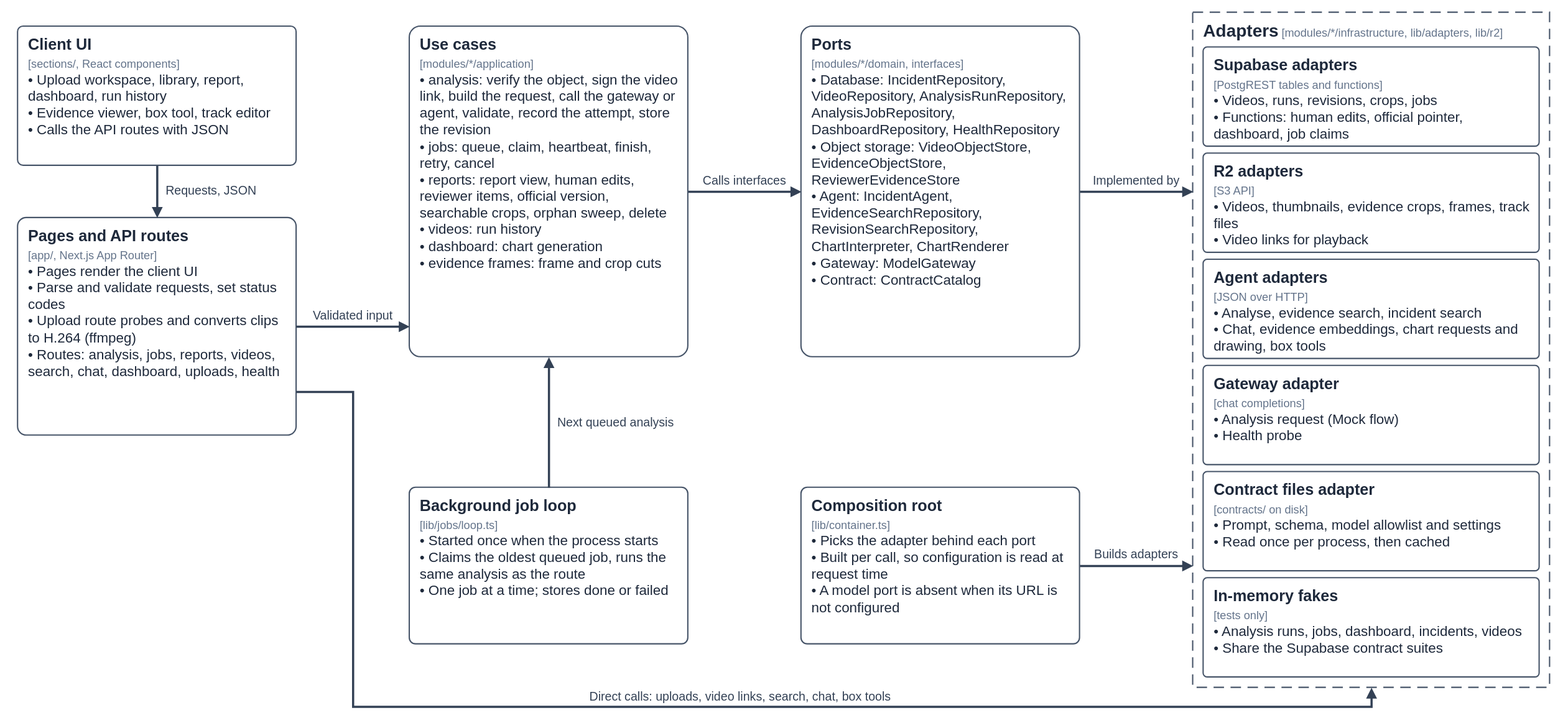
Above: deploy/docker/developer-profiles/dev-profile-incident/.docs/figures/figure-3-console-components.drawio.svg in Danwidj/video-search-and-summarization (draw.io), before the change. Source tidied: cells renumbered, new cells last; positions are measured from the earlier drawing's top-left corner, leaving out a move shared by most shapes. The source it was exported from:
```xml
<mxGraphModel background="#FFFFFF">
  <root>
    <mxCell id="0" />
    <mxCell id="1" parent="0" />
    <mxCell id="2" style="rounded=0;html=1;fillColor=none;strokeColor=none;" parent="1" vertex="1">
      <mxGeometry width="1800" height="830" as="geometry" />
    </mxCell>
    <mxCell id="3" value="&lt;div style='text-align:left'&gt;&lt;b&gt;&lt;font style='font-size:18px'&gt;Client UI&lt;/font&gt;&lt;/b&gt;&lt;br&gt;&lt;font style='font-size:13px;color:#64748B'&gt;[sections/, React components]&lt;/font&gt;&lt;font style='font-size:16px'&gt;&lt;br&gt;• Upload workspace, library, report, dashboard, run history&lt;br&gt;• Evidence viewer, box tool, track editor&lt;br&gt;• Calls the API routes with JSON&lt;/font&gt;&lt;/div&gt;" style="rounded=1;arcSize=4;html=1;whiteSpace=wrap;align=left;verticalAlign=top;spacingLeft=10;spacingRight=10;spacingTop=4;fontColor=#1E293B;fontFamily=Helvetica;fillColor=#FFFFFF;strokeColor=#475569;strokeWidth=1.5;" parent="1" vertex="1">
      <mxGeometry x="20" y="30" width="320" height="160" as="geometry" />
    </mxCell>
    <mxCell id="4" value="&lt;div style='text-align:left'&gt;&lt;b&gt;&lt;font style='font-size:18px'&gt;Pages and API routes&lt;/font&gt;&lt;/b&gt;&lt;br&gt;&lt;font style='font-size:13px;color:#64748B'&gt;[app/, Next.js App Router]&lt;/font&gt;&lt;font style='font-size:16px'&gt;&lt;br&gt;• Pages render the client UI&lt;br&gt;• Parse and validate requests, set status codes&lt;br&gt;• Upload route probes and converts clips to H.264 (ffmpeg)&lt;br&gt;• Routes: analysis, jobs, reports, videos, search, chat, dashboard, uploads, health&lt;/font&gt;&lt;/div&gt;" style="rounded=1;arcSize=4;html=1;whiteSpace=wrap;align=left;verticalAlign=top;spacingLeft=10;spacingRight=10;spacingTop=4;fontColor=#1E293B;fontFamily=Helvetica;fillColor=#FFFFFF;strokeColor=#475569;strokeWidth=1.5;" parent="1" vertex="1">
      <mxGeometry x="20" y="250" width="320" height="250" as="geometry" />
    </mxCell>
    <mxCell id="5" value="&lt;div style='text-align:left'&gt;&lt;b&gt;&lt;font style='font-size:18px'&gt;Use cases&lt;/font&gt;&lt;/b&gt;&lt;br&gt;&lt;font style='font-size:13px;color:#64748B'&gt;[modules/*/application]&lt;/font&gt;&lt;font style='font-size:16px'&gt;&lt;br&gt;• analysis: verify the object, sign the video link, build the request, call the gateway or agent, validate, record the attempt, store the revision&lt;br&gt;• jobs: queue, claim, heartbeat, finish, retry, cancel&lt;br&gt;• reports: report view, human edits, reviewer items, official version, searchable crops, orphan sweep, delete&lt;br&gt;• videos: run history&lt;br&gt;• dashboard: chart generation&lt;br&gt;• evidence frames: frame and crop cuts&lt;/font&gt;&lt;/div&gt;" style="rounded=1;arcSize=4;html=1;whiteSpace=wrap;align=left;verticalAlign=top;spacingLeft=10;spacingRight=10;spacingTop=4;fontColor=#1E293B;fontFamily=Helvetica;fillColor=#FFFFFF;strokeColor=#475569;strokeWidth=1.5;" parent="1" vertex="1">
      <mxGeometry x="470" y="30" width="320" height="380" as="geometry" />
    </mxCell>
    <mxCell id="6" value="&lt;div style='text-align:left'&gt;&lt;b&gt;&lt;font style='font-size:18px'&gt;Background job loop&lt;/font&gt;&lt;/b&gt;&lt;br&gt;&lt;font style='font-size:13px;color:#64748B'&gt;[lib/jobs/loop.ts]&lt;/font&gt;&lt;font style='font-size:16px'&gt;&lt;br&gt;• Started once when the process starts&lt;br&gt;• Claims the oldest queued job, runs the same analysis as the route&lt;br&gt;• One job at a time; stores done or failed&lt;/font&gt;&lt;/div&gt;" style="rounded=1;arcSize=4;html=1;whiteSpace=wrap;align=left;verticalAlign=top;spacingLeft=10;spacingRight=10;spacingTop=4;fontColor=#1E293B;fontFamily=Helvetica;fillColor=#FFFFFF;strokeColor=#475569;strokeWidth=1.5;" parent="1" vertex="1">
      <mxGeometry x="470" y="560" width="320" height="180" as="geometry" />
    </mxCell>
    <mxCell id="7" value="&lt;div style='text-align:left'&gt;&lt;b&gt;&lt;font style='font-size:18px'&gt;Ports&lt;/font&gt;&lt;/b&gt;&lt;br&gt;&lt;font style='font-size:13px;color:#64748B'&gt;[modules/*/domain, interfaces]&lt;/font&gt;&lt;font style='font-size:16px'&gt;&lt;br&gt;• Database: IncidentRepository, VideoRepository, AnalysisRunRepository, AnalysisJobRepository, DashboardRepository, HealthRepository&lt;br&gt;• Object storage: VideoObjectStore, EvidenceObjectStore, ReviewerEvidenceStore&lt;br&gt;• Agent: IncidentAgent, EvidenceSearchRepository, RevisionSearchRepository, ChartInterpreter, ChartRenderer&lt;br&gt;• Gateway: ModelGateway&lt;br&gt;• Contract: ContractCatalog&lt;/font&gt;&lt;/div&gt;" style="rounded=1;arcSize=4;html=1;whiteSpace=wrap;align=left;verticalAlign=top;spacingLeft=10;spacingRight=10;spacingTop=4;fontColor=#1E293B;fontFamily=Helvetica;fillColor=#FFFFFF;strokeColor=#475569;strokeWidth=1.5;" parent="1" vertex="1">
      <mxGeometry x="920" y="30" width="320" height="380" as="geometry" />
    </mxCell>
    <mxCell id="8" value="&lt;div style='text-align:left'&gt;&lt;b&gt;&lt;font style='font-size:18px'&gt;Composition root&lt;/font&gt;&lt;/b&gt;&lt;br&gt;&lt;font style='font-size:13px;color:#64748B'&gt;[lib/container.ts]&lt;/font&gt;&lt;font style='font-size:16px'&gt;&lt;br&gt;• Picks the adapter behind each port&lt;br&gt;• Built per call, so configuration is read at request time&lt;br&gt;• A model port is absent when its URL is not configured&lt;/font&gt;&lt;/div&gt;" style="rounded=1;arcSize=4;html=1;whiteSpace=wrap;align=left;verticalAlign=top;spacingLeft=10;spacingRight=10;spacingTop=4;fontColor=#1E293B;fontFamily=Helvetica;fillColor=#FFFFFF;strokeColor=#475569;strokeWidth=1.5;" parent="1" vertex="1">
      <mxGeometry x="920" y="560" width="320" height="180" as="geometry" />
    </mxCell>
    <mxCell id="9" value="&lt;b&gt;&lt;font style='font-size:20px'&gt;Adapters&lt;/font&gt;&lt;/b&gt; &lt;font style='font-size:13px;color:#64748B'&gt;[modules/*/infrastructure, lib/adapters, lib/r2]&lt;/font&gt;" style="rounded=0;dashed=1;dashPattern=8 5;html=1;verticalAlign=top;align=left;spacingLeft=10;spacingTop=2;fontColor=#1E293B;fillColor=none;strokeColor=#475569;strokeWidth=1.5;fontFamily=Helvetica;" parent="1" vertex="1">
      <mxGeometry x="1370" y="14" width="410" height="776" as="geometry" />
    </mxCell>
    <mxCell id="10" value="&lt;div style='text-align:left'&gt;&lt;b&gt;&lt;font style='font-size:18px'&gt;Supabase adapters&lt;/font&gt;&lt;/b&gt;&lt;br&gt;&lt;font style='font-size:13px;color:#64748B'&gt;[PostgREST tables and functions]&lt;/font&gt;&lt;font style='font-size:16px'&gt;&lt;br&gt;• Videos, runs, revisions, crops, jobs&lt;br&gt;• Functions: human edits, official pointer, dashboard, job claims&lt;/font&gt;&lt;/div&gt;" style="rounded=1;arcSize=4;html=1;whiteSpace=wrap;align=left;verticalAlign=top;spacingLeft=10;spacingRight=10;spacingTop=4;fontColor=#1E293B;fontFamily=Helvetica;fillColor=#FFFFFF;strokeColor=#475569;strokeWidth=1.5;" parent="9" vertex="1">
      <mxGeometry x="12" y="40" width="386" height="114" as="geometry" />
    </mxCell>
    <mxCell id="11" value="&lt;div style='text-align:left'&gt;&lt;b&gt;&lt;font style='font-size:18px'&gt;R2 adapters&lt;/font&gt;&lt;/b&gt;&lt;br&gt;&lt;font style='font-size:13px;color:#64748B'&gt;[S3 API]&lt;/font&gt;&lt;font style='font-size:16px'&gt;&lt;br&gt;• Videos, thumbnails, evidence crops, frames, track files&lt;br&gt;• Video links for playback&lt;/font&gt;&lt;/div&gt;" style="rounded=1;arcSize=4;html=1;whiteSpace=wrap;align=left;verticalAlign=top;spacingLeft=10;spacingRight=10;spacingTop=4;fontColor=#1E293B;fontFamily=Helvetica;fillColor=#FFFFFF;strokeColor=#475569;strokeWidth=1.5;" parent="9" vertex="1">
      <mxGeometry x="12" y="162" width="386" height="114" as="geometry" />
    </mxCell>
    <mxCell id="12" value="&lt;div style='text-align:left'&gt;&lt;b&gt;&lt;font style='font-size:18px'&gt;Agent adapters&lt;/font&gt;&lt;/b&gt;&lt;br&gt;&lt;font style='font-size:13px;color:#64748B'&gt;[JSON over HTTP]&lt;/font&gt;&lt;font style='font-size:16px'&gt;&lt;br&gt;• Analyse, evidence search, incident search&lt;br&gt;• Chat, evidence embeddings, chart requests and drawing, box tools&lt;/font&gt;&lt;/div&gt;" style="rounded=1;arcSize=4;html=1;whiteSpace=wrap;align=left;verticalAlign=top;spacingLeft=10;spacingRight=10;spacingTop=4;fontColor=#1E293B;fontFamily=Helvetica;fillColor=#FFFFFF;strokeColor=#475569;strokeWidth=1.5;" parent="9" vertex="1">
      <mxGeometry x="12" y="284" width="386" height="114" as="geometry" />
    </mxCell>
    <mxCell id="13" value="&lt;div style='text-align:left'&gt;&lt;b&gt;&lt;font style='font-size:18px'&gt;Gateway adapter&lt;/font&gt;&lt;/b&gt;&lt;br&gt;&lt;font style='font-size:13px;color:#64748B'&gt;[chat completions]&lt;/font&gt;&lt;font style='font-size:16px'&gt;&lt;br&gt;• Analysis request (Mock flow)&lt;br&gt;• Health probe&lt;/font&gt;&lt;/div&gt;" style="rounded=1;arcSize=4;html=1;whiteSpace=wrap;align=left;verticalAlign=top;spacingLeft=10;spacingRight=10;spacingTop=4;fontColor=#1E293B;fontFamily=Helvetica;fillColor=#FFFFFF;strokeColor=#475569;strokeWidth=1.5;" parent="9" vertex="1">
      <mxGeometry x="12" y="406" width="386" height="114" as="geometry" />
    </mxCell>
    <mxCell id="14" value="&lt;div style='text-align:left'&gt;&lt;b&gt;&lt;font style='font-size:18px'&gt;Contract files adapter&lt;/font&gt;&lt;/b&gt;&lt;br&gt;&lt;font style='font-size:13px;color:#64748B'&gt;[contracts/ on disk]&lt;/font&gt;&lt;font style='font-size:16px'&gt;&lt;br&gt;• Prompt, schema, model allowlist and settings&lt;br&gt;• Read once per process, then cached&lt;/font&gt;&lt;/div&gt;" style="rounded=1;arcSize=4;html=1;whiteSpace=wrap;align=left;verticalAlign=top;spacingLeft=10;spacingRight=10;spacingTop=4;fontColor=#1E293B;fontFamily=Helvetica;fillColor=#FFFFFF;strokeColor=#475569;strokeWidth=1.5;" parent="9" vertex="1">
      <mxGeometry x="12" y="528" width="386" height="114" as="geometry" />
    </mxCell>
    <mxCell id="15" value="&lt;div style='text-align:left'&gt;&lt;b&gt;&lt;font style='font-size:18px'&gt;In-memory fakes&lt;/font&gt;&lt;/b&gt;&lt;br&gt;&lt;font style='font-size:13px;color:#64748B'&gt;[tests only]&lt;/font&gt;&lt;font style='font-size:16px'&gt;&lt;br&gt;• Analysis runs, jobs, dashboard, incidents, videos&lt;br&gt;• Share the Supabase contract suites&lt;/font&gt;&lt;/div&gt;" style="rounded=1;arcSize=4;html=1;whiteSpace=wrap;align=left;verticalAlign=top;spacingLeft=10;spacingRight=10;spacingTop=4;fontColor=#1E293B;fontFamily=Helvetica;fillColor=#FFFFFF;strokeColor=#475569;strokeWidth=1.5;" parent="9" vertex="1">
      <mxGeometry x="12" y="650" width="386" height="114" as="geometry" />
    </mxCell>
    <mxCell id="16" style="edgeStyle=orthogonalEdgeStyle;rounded=0;html=1;strokeColor=#334155;strokeWidth=2.5;fontColor=#334155;fontSize=14;labelBackgroundColor=#FFFFFF;fontFamily=Helvetica;endArrow=block;endFill=1;exitX=0.5;exitY=1;exitDx=0;exitDy=0;entryX=0.5;entryY=0;entryDx=0;entryDy=0;" parent="1" edge="1" source="3" target="4">
      <mxGeometry relative="1" as="geometry" />
    </mxCell>
    <mxCell id="17" value="Requests, JSON" style="text;html=1;align=left;verticalAlign=middle;whiteSpace=wrap;spacing=0;fontSize=14;fontColor=#334155;fontFamily=Helvetica;" parent="1" vertex="1">
      <mxGeometry x="190" y="205" width="140" height="28" as="geometry" />
    </mxCell>
    <mxCell id="18" style="edgeStyle=orthogonalEdgeStyle;rounded=0;html=1;strokeColor=#334155;strokeWidth=2.5;fontColor=#334155;fontSize=14;labelBackgroundColor=#FFFFFF;fontFamily=Helvetica;endArrow=block;endFill=1;exitX=1;exitY=0.5;exitDx=0;exitDy=0;entryX=0;entryY=0.9078947368421053;entryDx=0;entryDy=0;" parent="1" edge="1" source="4" target="5">
      <mxGeometry relative="1" as="geometry" />
    </mxCell>
    <mxCell id="19" value="Validated input" style="text;html=1;align=center;verticalAlign=bottom;whiteSpace=wrap;spacing=0;fontSize=14;fontColor=#334155;fontFamily=Helvetica;" parent="1" vertex="1">
      <mxGeometry x="340" y="347" width="130" height="24" as="geometry" />
    </mxCell>
    <mxCell id="20" style="edgeStyle=orthogonalEdgeStyle;rounded=0;html=1;strokeColor=#334155;strokeWidth=2.5;fontColor=#334155;fontSize=14;labelBackgroundColor=#FFFFFF;fontFamily=Helvetica;endArrow=block;endFill=1;exitX=0.5;exitY=0;exitDx=0;exitDy=0;entryX=0.5;entryY=1;entryDx=0;entryDy=0;" parent="1" edge="1" source="6" target="5">
      <mxGeometry relative="1" as="geometry" />
    </mxCell>
    <mxCell id="21" value="Next queued analysis" style="text;html=1;align=left;verticalAlign=middle;whiteSpace=wrap;spacing=0;fontSize=14;fontColor=#334155;fontFamily=Helvetica;" parent="1" vertex="1">
      <mxGeometry x="640" y="471" width="180" height="28" as="geometry" />
    </mxCell>
    <mxCell id="22" style="edgeStyle=orthogonalEdgeStyle;rounded=0;html=1;strokeColor=#334155;strokeWidth=2.5;fontColor=#334155;fontSize=14;labelBackgroundColor=#FFFFFF;fontFamily=Helvetica;endArrow=block;endFill=1;exitX=1;exitY=0.5;exitDx=0;exitDy=0;entryX=0;entryY=0.5;entryDx=0;entryDy=0;" parent="1" edge="1" source="5" target="7">
      <mxGeometry relative="1" as="geometry" />
    </mxCell>
    <mxCell id="23" value="Calls interfaces" style="text;html=1;align=center;verticalAlign=bottom;whiteSpace=wrap;spacing=0;fontSize=14;fontColor=#334155;fontFamily=Helvetica;" parent="1" vertex="1">
      <mxGeometry x="790" y="192" width="130" height="24" as="geometry" />
    </mxCell>
    <mxCell id="24" style="edgeStyle=orthogonalEdgeStyle;rounded=0;html=1;strokeColor=#334155;strokeWidth=2.5;fontColor=#334155;fontSize=14;labelBackgroundColor=#FFFFFF;fontFamily=Helvetica;endArrow=block;endFill=1;exitX=1;exitY=0.5;exitDx=0;exitDy=0;entryX=0;entryY=0.2654639175257732;entryDx=0;entryDy=0;" parent="1" edge="1" source="7" target="9">
      <mxGeometry relative="1" as="geometry" />
    </mxCell>
    <mxCell id="25" value="Implemented by" style="text;html=1;align=center;verticalAlign=bottom;whiteSpace=wrap;spacing=0;fontSize=14;fontColor=#334155;fontFamily=Helvetica;" parent="1" vertex="1">
      <mxGeometry x="1240" y="192" width="130" height="24" as="geometry" />
    </mxCell>
    <mxCell id="26" style="edgeStyle=orthogonalEdgeStyle;rounded=0;html=1;strokeColor=#334155;strokeWidth=2.5;fontColor=#334155;fontSize=14;labelBackgroundColor=#FFFFFF;fontFamily=Helvetica;endArrow=block;endFill=1;exitX=1;exitY=0.5;exitDx=0;exitDy=0;entryX=0;entryY=0.8195876288659794;entryDx=0;entryDy=0;" parent="1" edge="1" source="8" target="9">
      <mxGeometry relative="1" as="geometry" />
    </mxCell>
    <mxCell id="27" value="Builds adapters" style="text;html=1;align=center;verticalAlign=bottom;whiteSpace=wrap;spacing=0;fontSize=14;fontColor=#334155;fontFamily=Helvetica;" parent="1" vertex="1">
      <mxGeometry x="1240" y="622" width="130" height="24" as="geometry" />
    </mxCell>
    <mxCell id="28" style="edgeStyle=orthogonalEdgeStyle;rounded=0;html=1;strokeColor=#334155;strokeWidth=2.5;fontColor=#334155;fontSize=14;labelBackgroundColor=#FFFFFF;fontFamily=Helvetica;endArrow=block;endFill=1;exitX=1;exitY=0.8;exitDx=0;exitDy=0;entryX=0.5;entryY=1;entryDx=0;entryDy=0;" parent="1" edge="1" source="4" target="9">
      <mxGeometry relative="1" as="geometry">
        <Array as="points">
          <mxPoint x="405" y="450" />
          <mxPoint x="405" y="812" />
          <mxPoint x="1575" y="812" />
        </Array>
      </mxGeometry>
    </mxCell>
    <mxCell id="29" value="Direct calls: uploads, video links, search, chat, box tools" style="text;html=1;align=center;verticalAlign=bottom;whiteSpace=wrap;spacing=0;fontSize=14;fontColor=#334155;fontFamily=Helvetica;" parent="1" vertex="1">
      <mxGeometry x="600" y="787" width="500" height="22" as="geometry" />
    </mxCell>
  </root>
</mxGraphModel>
```
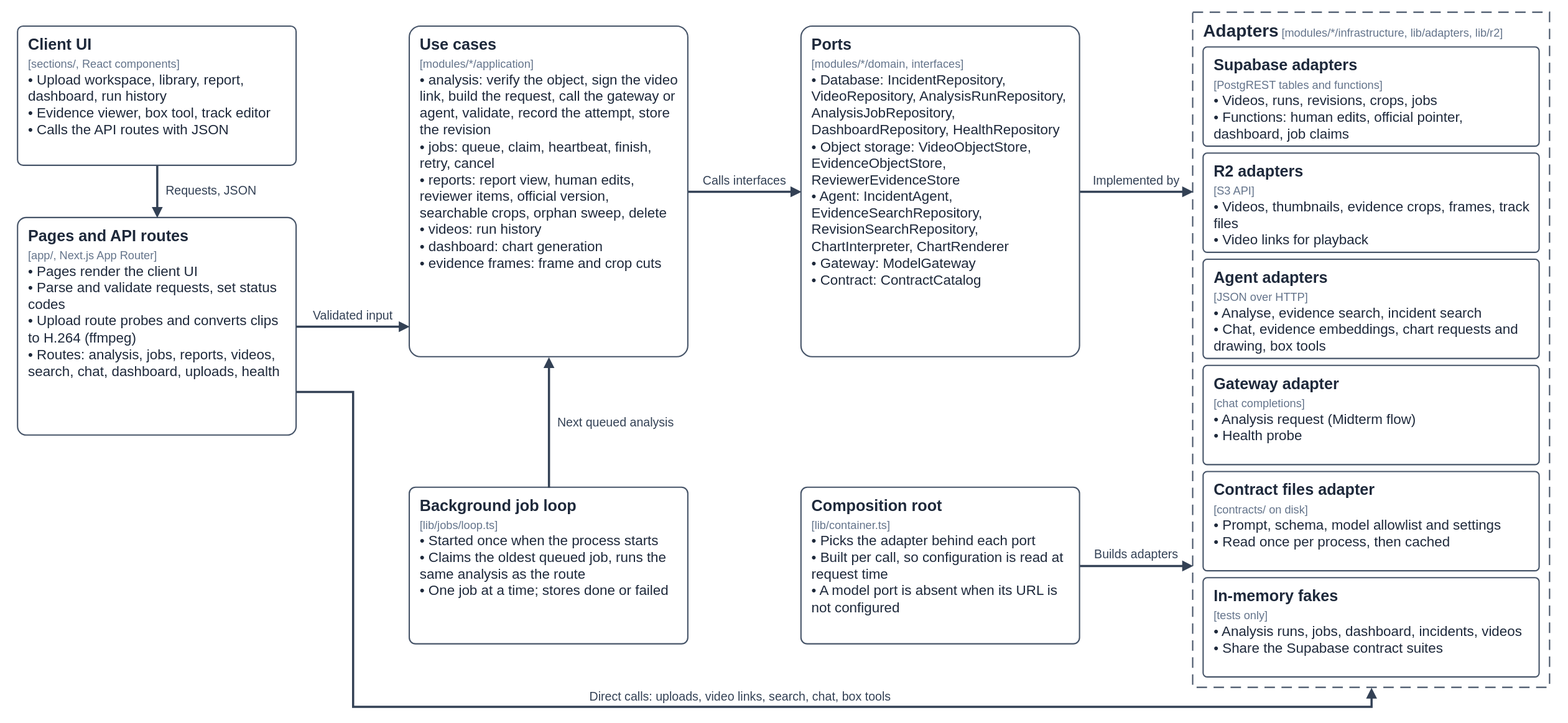
The same diagram one commit later.

Diff of the diagram source:
```diff
@@ -35,7 +35,7 @@
     <mxCell id="12" value="&lt;div style='text-align:left'&gt;&lt;b&gt;&lt;font style='font-size:18px'&gt;Agent adapters&lt;/font&gt;&lt;/b&gt;&lt;br&gt;&lt;font style='font-size:13px;color:#64748B'&gt;[JSON over HTTP]&lt;/font&gt;&lt;font style='font-size:16px'&gt;&lt;br&gt;• Analyse, evidence search, incident search&lt;br&gt;• Chat, evidence embeddings, chart requests and drawing, box tools&lt;/font&gt;&lt;/div&gt;" style="rounded=1;arcSize=4;html=1;whiteSpace=wrap;align=left;verticalAlign=top;spacingLeft=10;spacingRight=10;spacingTop=4;fontColor=#1E293B;fontFamily=Helvetica;fillColor=#FFFFFF;strokeColor=#475569;strokeWidth=1.5;" parent="9" vertex="1">
       <mxGeometry x="12" y="284" width="386" height="114" as="geometry" />
     </mxCell>
-    <mxCell id="13" value="&lt;div style='text-align:left'&gt;&lt;b&gt;&lt;font style='font-size:18px'&gt;Gateway adapter&lt;/font&gt;&lt;/b&gt;&lt;br&gt;&lt;font style='font-size:13px;color:#64748B'&gt;[chat completions]&lt;/font&gt;&lt;font style='font-size:16px'&gt;&lt;br&gt;• Analysis request (Mock flow)&lt;br&gt;• Health probe&lt;/font&gt;&lt;/div&gt;" style="rounded=1;arcSize=4;html=1;whiteSpace=wrap;align=left;verticalAlign=top;spacingLeft=10;spacingRight=10;spacingTop=4;fontColor=#1E293B;fontFamily=Helvetica;fillColor=#FFFFFF;strokeColor=#475569;strokeWidth=1.5;" parent="9" vertex="1">
+    <mxCell id="13" value="&lt;div style='text-align:left'&gt;&lt;b&gt;&lt;font style='font-size:18px'&gt;Gateway adapter&lt;/font&gt;&lt;/b&gt;&lt;br&gt;&lt;font style='font-size:13px;color:#64748B'&gt;[chat completions]&lt;/font&gt;&lt;font style='font-size:16px'&gt;&lt;br&gt;• Analysis request (Midterm flow)&lt;br&gt;• Health probe&lt;/font&gt;&lt;/div&gt;" style="rounded=1;arcSize=4;html=1;whiteSpace=wrap;align=left;verticalAlign=top;spacingLeft=10;spacingRight=10;spacingTop=4;fontColor=#1E293B;fontFamily=Helvetica;fillColor=#FFFFFF;strokeColor=#475569;strokeWidth=1.5;" parent="9" vertex="1">
       <mxGeometry x="12" y="406" width="386" height="114" as="geometry" />
     </mxCell>
     <mxCell id="14" value="&lt;div style='text-align:left'&gt;&lt;b&gt;&lt;font style='font-size:18px'&gt;Contract files adapter&lt;/font&gt;&lt;/b&gt;&lt;br&gt;&lt;font style='font-size:13px;color:#64748B'&gt;[contracts/ on disk]&lt;/font&gt;&lt;font style='font-size:16px'&gt;&lt;br&gt;• Prompt, schema, model allowlist and settings&lt;br&gt;• Read once per process, then cached&lt;/font&gt;&lt;/div&gt;" style="rounded=1;arcSize=4;html=1;whiteSpace=wrap;align=left;verticalAlign=top;spacingLeft=10;spacingRight=10;spacingTop=4;fontColor=#1E293B;fontFamily=Helvetica;fillColor=#FFFFFF;strokeColor=#475569;strokeWidth=1.5;" parent="9" vertex="1">
```
